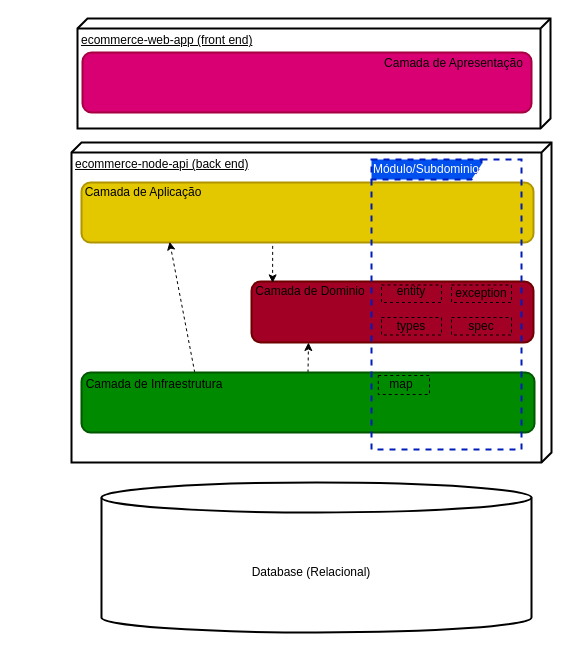
Above: requirements/ecommerce-arquitetura.drawio in Rrodrigo2525/ecommerce-node-api (draw.io), before the change. Source tidied: cells renumbered, new cells numbered last; positions are measured from the earlier drawing's top-left corner, leaving out a move shared by most shapes. Both pictures are drawn from the tidied source at 100%, with x=0, y=0 at pixel (53, 18).
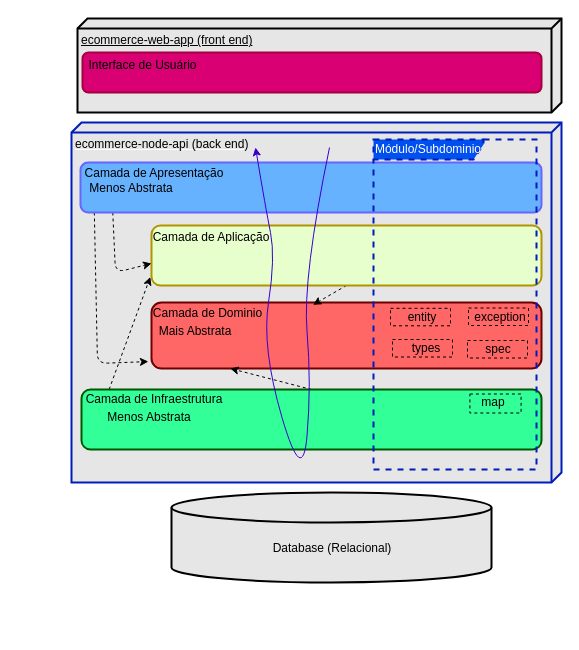
After the change.

The edit, as a diff of the source:
```diff
@@
-    <mxCell id="2" value="ecommerce-node-api (back end)" style="verticalAlign=top;align=left;spacingTop=8;spacingLeft=2;spacingRight=12;shape=cube;size=10;direction=south;fontStyle=4;html=1;strokeWidth=2;" parent="1" vertex="1">
-      <mxGeometry x="18" y="124" width="480" height="320" as="geometry" />
+    <mxCell id="2" value="&lt;font color=&quot;#000000&quot;&gt;ecommerce-node-api (back end)&lt;/font&gt;" style="verticalAlign=top;align=left;spacingTop=8;spacingLeft=2;spacingRight=12;shape=cube;size=10;direction=south;fontStyle=4;html=1;strokeWidth=2;fillColor=#E6E6E6;fontColor=#ffffff;strokeColor=#001DBC;" parent="1" vertex="1">
+      <mxGeometry x="18" y="104" width="490" height="360" as="geometry" />
     </mxCell>
-    <mxCell id="3" value="ecommerce-web-app (front end)" style="verticalAlign=top;align=left;spacingTop=8;spacingLeft=2;spacingRight=12;shape=cube;size=10;direction=south;fontStyle=4;html=1;strokeWidth=2;" parent="1" vertex="1">
-      <mxGeometry x="24" width="473" height="110" as="geometry" />
+    <mxCell id="3" value="&lt;font color=&quot;#000000&quot;&gt;ecommerce-web-app (front end)&lt;/font&gt;" style="verticalAlign=top;align=left;spacingTop=8;spacingLeft=2;spacingRight=12;shape=cube;size=10;direction=south;fontStyle=4;html=1;strokeWidth=2;fillColor=#E6E6E6;" parent="1" vertex="1">
+      <mxGeometry x="24" width="484" height="94" as="geometry" />
     </mxCell>
-    <mxCell id="4" style="shape=cylinder3;whiteSpace=wrap;html=1;boundedLbl=1;backgroundOutline=1;size=15;strokeWidth=2;" parent="1" vertex="1">
-      <mxGeometry x="48" y="464" width="430" height="150" as="geometry" />
+    <mxCell id="4" style="shape=cylinder3;whiteSpace=wrap;html=1;boundedLbl=1;backgroundOutline=1;size=15;strokeWidth=2;fillColor=#E6E6E6;" parent="1" vertex="1">
+      <mxGeometry x="118" y="474" width="320" height="90" as="geometry" />
     </mxCell>
-    <mxCell id="5" style="rounded=1;whiteSpace=wrap;html=1;strokeWidth=2;fillColor=#a20025;fontColor=#ffffff;strokeColor=#6F0000;" parent="1" vertex="1">
-      <mxGeometry x="198" y="263" width="282" height="61" as="geometry" />
+    <mxCell id="5" style="rounded=1;whiteSpace=wrap;html=1;strokeWidth=2;fillColor=#FF6666;fontColor=#ffffff;strokeColor=#6F0000;" parent="1" vertex="1">
+      <mxGeometry x="98" y="284" width="390" height="66" as="geometry" />
     </mxCell>
     <mxCell id="6" value="Camada de Dominio" style="text;html=1;strokeColor=none;fillColor=none;align=center;verticalAlign=middle;whiteSpace=wrap;rounded=0;strokeWidth=2;fontColor=#000000;" parent="1" vertex="1">
-      <mxGeometry x="166.5" y="263" width="180" height="20" as="geometry" />
+      <mxGeometry x="79.5" y="285" width="148.5" height="19" as="geometry" />
     </mxCell>
-    <mxCell id="7" value="Database (Relacional)" style="text;html=1;strokeColor=none;fillColor=none;align=center;verticalAlign=middle;whiteSpace=wrap;rounded=0;strokeWidth=2;" parent="1" vertex="1">
-      <mxGeometry x="143" y="514" width="230" height="80" as="geometry" />
+    <mxCell id="7" value="Database (Relacional)" style="text;html=1;align=center;verticalAlign=middle;whiteSpace=wrap;rounded=0;strokeWidth=2;fontColor=#000000;" parent="1" vertex="1">
+      <mxGeometry x="164" y="490" width="230" height="80" as="geometry" />
     </mxCell>
-    <mxCell id="8" style="edgeStyle=none;html=1;exitX=0.662;exitY=0.857;exitDx=0;exitDy=0;entryX=0.892;entryY=0.072;entryDx=0;entryDy=0;entryPerimeter=0;fontColor=#000000;dashed=1;exitPerimeter=0;" parent="1" edge="1">
-      <mxGeometry relative="1" as="geometry">
-        <mxPoint x="219.2" y="215.4" as="sourcePoint" />
-        <mxPoint x="219.1" y="264.4" as="targetPoint" />
-      </mxGeometry>
-    </mxCell>
+    <mxCell id="28" style="edgeStyle=none;html=1;exitX=0.5;exitY=1;exitDx=0;exitDy=0;entryX=0.414;entryY=0.035;entryDx=0;entryDy=0;entryPerimeter=0;dashed=1;strokeColor=#000000;" parent="1" edge="1" source="9" target="5">
+      <mxGeometry relative="1" as="geometry" />
+    </mxCell>
-    <mxCell id="9" style="rounded=1;whiteSpace=wrap;html=1;strokeWidth=2;fillColor=#e3c800;fontColor=#000000;strokeColor=#B09500;" parent="1" vertex="1">
-      <mxGeometry x="28" y="164" width="452" height="60" as="geometry" />
+    <mxCell id="9" style="rounded=1;whiteSpace=wrap;html=1;strokeWidth=2;fillColor=#E6FFCC;fontColor=#000000;strokeColor=#B09500;" parent="1" vertex="1">
+      <mxGeometry x="98" y="207" width="390" height="60" as="geometry" />
     </mxCell>
     <mxCell id="10" value="Camada de Aplicação" style="text;html=1;align=center;verticalAlign=middle;whiteSpace=wrap;rounded=0;strokeWidth=2;fontColor=#000000;" parent="1" vertex="1">
-      <mxGeometry y="154" width="180" height="40" as="geometry" />
+      <mxGeometry x="68" y="199" width="180" height="40" as="geometry" />
     </mxCell>
-    <mxCell id="11" style="edgeStyle=none;html=1;exitX=0.5;exitY=0;exitDx=0;exitDy=0;entryX=0.202;entryY=1;entryDx=0;entryDy=0;entryPerimeter=0;dashed=1;fontColor=#000000;" parent="1" edge="1" source="13" target="5">
+    <mxCell id="11" style="edgeStyle=none;html=1;exitX=0.5;exitY=0;exitDx=0;exitDy=0;entryX=0.202;entryY=1;entryDx=0;entryDy=0;entryPerimeter=0;dashed=1;fontColor=#000000;strokeColor=#000000;" parent="1" edge="1" source="13" target="5">
       <mxGeometry relative="1" as="geometry" />
     </mxCell>
-    <mxCell id="12" style="edgeStyle=none;html=1;exitX=0.25;exitY=0;exitDx=0;exitDy=0;entryX=0.195;entryY=0.988;entryDx=0;entryDy=0;entryPerimeter=0;dashed=1;fontColor=#000000;" parent="1" edge="1" source="13" target="9">
+    <mxCell id="12" style="edgeStyle=none;html=1;exitX=0.06;exitY=0;exitDx=0;exitDy=0;exitPerimeter=0;entryX=-0.003;entryY=0.857;entryDx=0;entryDy=0;entryPerimeter=0;dashed=1;strokeColor=#000000;" parent="1" edge="1" source="13" target="9">
       <mxGeometry relative="1" as="geometry" />
     </mxCell>
-    <mxCell id="13" style="rounded=1;whiteSpace=wrap;html=1;strokeWidth=2;fillColor=#008a00;fontColor=#ffffff;strokeColor=#005700;" parent="1" vertex="1">
-      <mxGeometry x="28" y="354" width="453" height="60" as="geometry" />
+    <mxCell id="13" style="rounded=1;whiteSpace=wrap;html=1;strokeWidth=2;fillColor=#33FF99;fontColor=#ffffff;strokeColor=#005700;points=[[0,0,0,0,0],[0,0.25,0,0,0],[0,0.5,0,0,0],[0,0.75,0,0,0],[0,1,0,0,0],[0.06,0,0,0,0],[0.13,0,0,0,0],[0.25,1,0,0,0],[0.5,1,0,0,0],[0.75,0,0,0,0],[0.75,1,0,0,0],[1,0,0,0,0],[1,0.25,0,0,0],[1,0.5,0,0,0],[1,0.75,0,0,0],[1,1,0,0,0]];" parent="1" vertex="1">
+      <mxGeometry x="28" y="371" width="460" height="60" as="geometry" />
     </mxCell>
     <mxCell id="14" value="Camada de Infraestrutura" style="text;html=1;strokeColor=none;fillColor=none;align=center;verticalAlign=middle;whiteSpace=wrap;rounded=0;strokeWidth=2;fontColor=#000000;" parent="1" vertex="1">
-      <mxGeometry x="16" y="341" width="170" height="50" as="geometry" />
+      <mxGeometry x="16" y="356" width="170" height="50" as="geometry" />
     </mxCell>
     <mxCell id="15" style="rounded=1;whiteSpace=wrap;html=1;strokeWidth=2;fillColor=#d80073;fontColor=#ffffff;strokeColor=#A50040;" parent="1" vertex="1">
-      <mxGeometry x="29" y="34" width="449" height="60" as="geometry" />
+      <mxGeometry x="29" y="34" width="459" height="40" as="geometry" />
     </mxCell>
-    <mxCell id="16" value="Camada de Apresentação" style="text;html=1;strokeColor=none;fillColor=none;align=center;verticalAlign=middle;whiteSpace=wrap;rounded=0;strokeWidth=2;fontColor=#000000;" parent="1" vertex="1">
-      <mxGeometry x="298" y="26" width="205" height="38" as="geometry" />
+    <mxCell id="16" value="Interface de Usuário" style="text;html=1;strokeColor=none;fillColor=none;align=center;verticalAlign=middle;whiteSpace=wrap;rounded=0;strokeWidth=2;fontColor=#000000;" parent="1" vertex="1">
+      <mxGeometry x="-36" y="23" width="251" height="48" as="geometry" />
     </mxCell>
-    <mxCell id="17" value="Módulo/Subdominio" style="shape=umlFrame;whiteSpace=wrap;html=1;strokeWidth=2;fontColor=#ffffff;fillColor=#0050ef;strokeColor=#001DBC;dashed=1;width=110;height=20;" parent="1" vertex="1">
-      <mxGeometry x="318" y="141" width="150" height="290" as="geometry" />
-    </mxCell>
     <mxCell id="18" style="rounded=0;whiteSpace=wrap;html=1;strokeWidth=1;fontColor=#000000;strokeColor=#000000;fillColor=none;dashed=1;" parent="1" vertex="1">
-      <mxGeometry x="398" y="266.5" width="60" height="17.5" as="geometry" />
+      <mxGeometry x="415" y="289.5" width="60" height="17.5" as="geometry" />
     </mxCell>
     <mxCell id="19" value="entity" style="text;html=1;strokeColor=none;fillColor=none;align=center;verticalAlign=middle;whiteSpace=wrap;rounded=0;strokeWidth=1;fontColor=#000000;" parent="1" vertex="1">
-      <mxGeometry x="328" y="258" width="60" height="30" as="geometry" />
+      <mxGeometry x="339" y="284" width="60" height="30" as="geometry" />
     </mxCell>
     <mxCell id="20" value="exception" style="text;html=1;strokeColor=none;fillColor=none;align=center;verticalAlign=middle;whiteSpace=wrap;rounded=0;strokeWidth=1;fontColor=none;" parent="1" vertex="1">
-      <mxGeometry x="409.2" y="268.2" width="37.5" height="14" as="geometry" />
+      <mxGeometry x="428.2" y="292.2" width="37.5" height="14" as="geometry" />
     </mxCell>
+    <mxCell id="29" style="edgeStyle=none;html=1;exitX=0.03;exitY=1;exitDx=0;exitDy=0;exitPerimeter=0;entryX=-0.008;entryY=0.895;entryDx=0;entryDy=0;entryPerimeter=0;dashed=1;strokeColor=#000000;" parent="1" edge="1" source="31" target="5">
+      <mxGeometry relative="1" as="geometry">
+        <Array as="points">
+          <mxPoint x="44" y="345" />
+        </Array>
+      </mxGeometry>
+    </mxCell>
+    <mxCell id="30" style="edgeStyle=none;html=1;exitX=0.07;exitY=1;exitDx=0;exitDy=0;exitPerimeter=0;entryX=0;entryY=0.633;entryDx=0;entryDy=0;entryPerimeter=0;dashed=1;strokeColor=#000000;" parent="1" edge="1" source="31" target="9">
+      <mxGeometry relative="1" as="geometry">
+        <Array as="points">
+          <mxPoint x="62" y="254" />
+        </Array>
+      </mxGeometry>
+    </mxCell>
+    <mxCell id="31" style="rounded=1;whiteSpace=wrap;html=1;strokeWidth=2;fillColor=#66B2FF;fontColor=#ffffff;strokeColor=#6666FF;points=[[0,0,0,0,0],[0,0.24,0,0,0],[0,0.51,0,0,0],[0,0.76,0,0,0],[0,1,0,0,0],[0.03,1,0,0,0],[0.07,1,0,0,0],[0.25,0,0,0,0],[0.5,0,0,0,0],[0.75,0,0,0,0],[0.75,1,0,0,0],[1,0,0,0,0],[1,0.24,0,0,0],[1,0.51,0,0,0],[1,0.76,0,0,0],[1,1,0,0,0]];" parent="1" vertex="1">
+      <mxGeometry x="27" y="144" width="461" height="50" as="geometry" />
+    </mxCell>
     <mxCell id="21" style="rounded=0;whiteSpace=wrap;html=1;strokeWidth=1;fontColor=#000000;strokeColor=#000000;fillColor=none;dashed=1;" parent="1" vertex="1">
-      <mxGeometry x="398" y="299" width="60" height="17.5" as="geometry" />
+      <mxGeometry x="414" y="322" width="60" height="17.5" as="geometry" />
     </mxCell>
     <mxCell id="22" style="rounded=0;whiteSpace=wrap;html=1;strokeWidth=1;fontColor=#000000;strokeColor=#000000;fillColor=none;dashed=1;" parent="1" vertex="1">
-      <mxGeometry x="328" y="266.5" width="60" height="17.5" as="geometry" />
+      <mxGeometry x="337" y="289.8" width="60" height="17.5" as="geometry" />
     </mxCell>
     <mxCell id="23" style="rounded=0;whiteSpace=wrap;html=1;strokeWidth=1;fontColor=#000000;strokeColor=#000000;fillColor=none;dashed=1;" parent="1" vertex="1">
-      <mxGeometry x="328" y="299" width="60" height="17.5" as="geometry" />
+      <mxGeometry x="339" y="321" width="60" height="17.5" as="geometry" />
     </mxCell>
     <mxCell id="24" value="spec" style="text;html=1;strokeColor=none;fillColor=none;align=center;verticalAlign=middle;whiteSpace=wrap;rounded=0;strokeWidth=1;fontColor=none;" parent="1" vertex="1">
-      <mxGeometry x="398" y="292.8" width="60" height="30" as="geometry" />
+      <mxGeometry x="415" y="315.5" width="60" height="30" as="geometry" />
     </mxCell>
     <mxCell id="25" value="types" style="text;html=1;strokeColor=none;fillColor=none;align=center;verticalAlign=middle;whiteSpace=wrap;rounded=0;strokeWidth=1;fontColor=none;" parent="1" vertex="1">
-      <mxGeometry x="328" y="296.8" width="60" height="22" as="geometry" />
+      <mxGeometry x="343" y="318.5" width="60" height="22" as="geometry" />
     </mxCell>
     <mxCell id="26" value="map" style="text;html=1;strokeColor=none;fillColor=none;align=center;verticalAlign=middle;whiteSpace=wrap;rounded=0;strokeWidth=1;fontColor=none;" parent="1" vertex="1">
-      <mxGeometry x="318" y="355" width="60" height="22" as="geometry" />
+      <mxGeometry x="409.6" y="372.5" width="60" height="22" as="geometry" />
     </mxCell>
     <mxCell id="27" style="rounded=0;whiteSpace=wrap;html=1;dashed=1;strokeWidth=1;fillColor=none;strokeColor=#000000;" parent="1" vertex="1">
-      <mxGeometry x="324.8" y="357" width="51.2" height="19" as="geometry" />
+      <mxGeometry x="416.4" y="375.5" width="51.2" height="19" as="geometry" />
     </mxCell>
+    <mxCell id="32" value="Camada de Apresentação" style="text;html=1;align=center;verticalAlign=middle;whiteSpace=wrap;rounded=0;strokeWidth=2;fontColor=#000000;" parent="1" vertex="1">
+      <mxGeometry x="10.5" y="135" width="180" height="40" as="geometry" />
+    </mxCell>
+    <mxCell id="33" value="Mais Abstrata" style="text;html=1;align=center;verticalAlign=middle;whiteSpace=wrap;rounded=0;strokeWidth=2;fontColor=#000000;" parent="1" vertex="1">
+      <mxGeometry x="88" y="301.5" width="108" height="22.5" as="geometry" />
+    </mxCell>
+    <mxCell id="34" value="Menos Abstrata" style="text;html=1;align=center;verticalAlign=middle;whiteSpace=wrap;rounded=0;strokeWidth=2;fontColor=#000000;" parent="1" vertex="1">
+      <mxGeometry x="6" y="379" width="180" height="40" as="geometry" />
+    </mxCell>
+    <mxCell id="35" value="Menos Abstrata" style="text;html=1;align=center;verticalAlign=middle;whiteSpace=wrap;rounded=0;strokeWidth=2;fontColor=#000000;" parent="1" vertex="1">
+      <mxGeometry x="16" y="157" width="123.5" height="26" as="geometry" />
+    </mxCell>
+    <mxCell id="17" value="Módulo/Subdominio" style="shape=umlFrame;whiteSpace=wrap;html=1;strokeWidth=2;fontColor=#ffffff;fillColor=#0050ef;strokeColor=#001DBC;dashed=1;width=110;height=20;" parent="1" vertex="1">
+      <mxGeometry x="320" y="121" width="163" height="330" as="geometry" />
+    </mxCell>
+    <mxCell id="36" style="curved=1;endArrow=classic;html=1;fillColor=#6a00ff;strokeColor=#3700CC;" parent="1" edge="1">
+      <mxGeometry relative="1" as="geometry">
+        <mxPoint x="276" y="129" as="sourcePoint" />
+        <mxPoint x="202" y="129" as="targetPoint" />
+        <Array as="points">
+          <mxPoint x="249" y="259" />
+          <mxPoint x="258" y="366" />
+          <mxPoint x="249" y="469" />
+          <mxPoint x="208" y="329" />
+          <mxPoint x="222" y="239" />
+          <mxPoint x="212" y="189" />
+        </Array>
+      </mxGeometry>
+    </mxCell>
```
